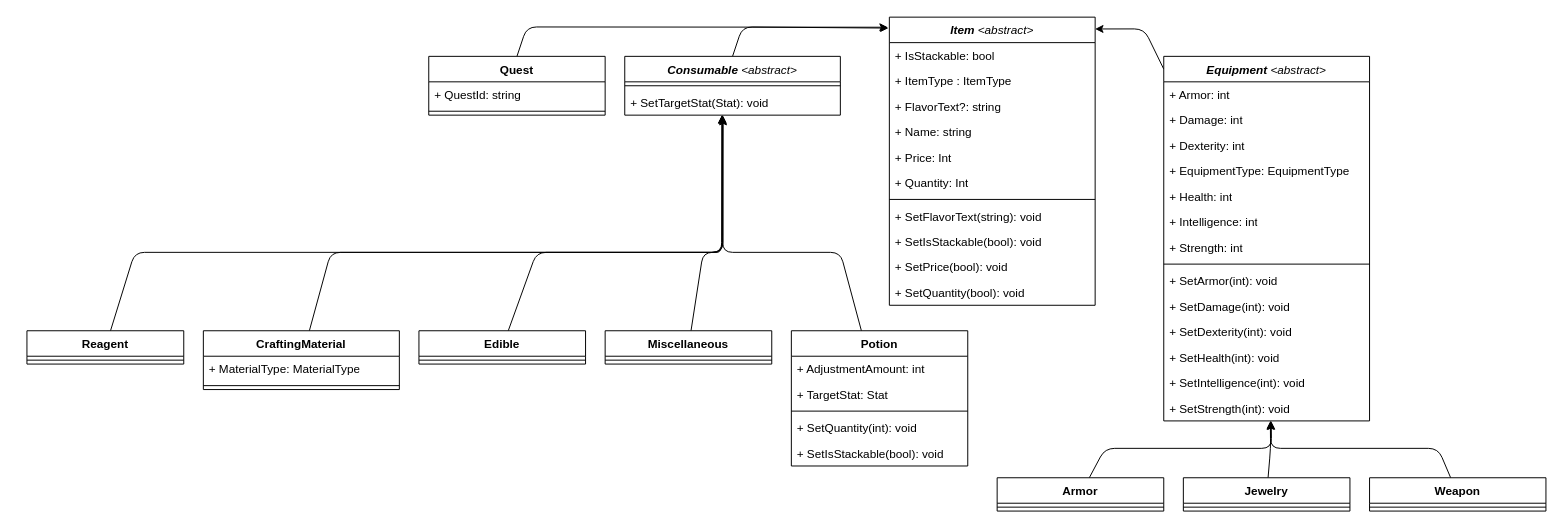
Before: docs/design/domain_models/items.drawio in scottfalbo/GameEngine, a draw.io diagram. Source tidied: cells renumbered, new cells numbered last; positions are measured from the earlier drawing's top-left corner, leaving out a move shared by most shapes. Both pictures are drawn from the tidied source at 98%, with x=0, y=0 at pixel (26, 17).
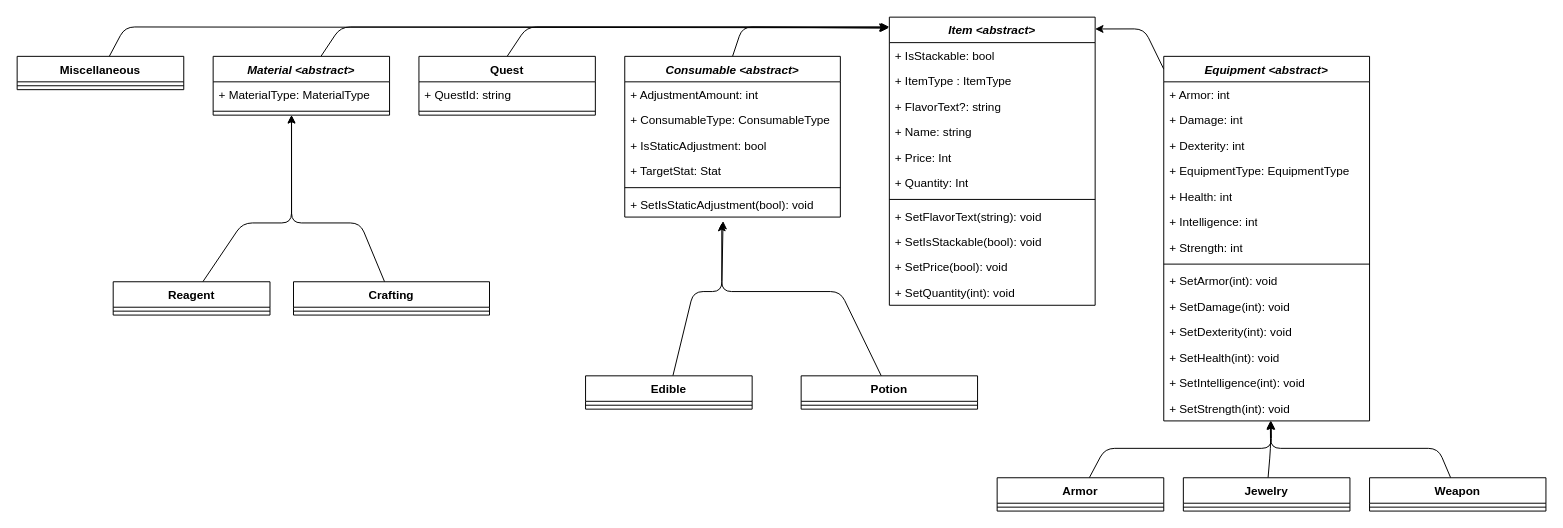
The same diagram, later.

Change to the diagram source:
```diff
@@
-    <mxCell id="2" value="&lt;i style=&quot;&quot;&gt;Item&lt;/i&gt;&lt;i style=&quot;font-weight: normal;&quot;&gt; &amp;lt;abstract&amp;gt;&lt;/i&gt;" style="swimlane;fontStyle=1;align=center;verticalAlign=top;horizontal=1;startSize=26;whiteSpace=wrap;html=1;" parent="1" vertex="1">
+    <mxCell id="2" value="&lt;i style=&quot;&quot;&gt;Item&lt;/i&gt;&lt;i style=&quot;&quot;&gt; &amp;lt;abstract&amp;gt;&lt;/i&gt;" style="swimlane;fontStyle=1;align=center;verticalAlign=top;horizontal=1;startSize=26;whiteSpace=wrap;html=1;" parent="1" vertex="1">
       <mxGeometry x="880" width="210" height="294" as="geometry" />
     </mxCell>
@@
-    <mxCell id="13" value="+ SetQuantity(bool): void" style="text;strokeColor=none;fillColor=none;align=left;verticalAlign=top;spacingLeft=4;spacingRight=4;overflow=hidden;whiteSpace=wrap;html=1;" parent="2" vertex="1">
+    <mxCell id="13" value="+ SetQuantity(int): void" style="text;strokeColor=none;fillColor=none;align=left;verticalAlign=top;spacingLeft=4;spacingRight=4;overflow=hidden;whiteSpace=wrap;html=1;" parent="2" vertex="1">
       <mxGeometry y="268" width="210" height="26" as="geometry" />
     </mxCell>
@@
-    <mxCell id="15" value="&lt;i&gt;Equipment &lt;span style=&quot;font-weight: normal;&quot;&gt;&amp;lt;abstract&amp;gt;&lt;/span&gt;&lt;/i&gt;" style="swimlane;fontStyle=1;align=center;verticalAlign=top;horizontal=1;startSize=26;whiteSpace=wrap;html=1;" parent="1" vertex="1">
+    <mxCell id="15" value="&lt;i&gt;Equipment &amp;lt;abstract&amp;gt;&lt;/i&gt;" style="swimlane;fontStyle=1;align=center;verticalAlign=top;horizontal=1;startSize=26;whiteSpace=wrap;html=1;" parent="1" vertex="1">
       <mxGeometry x="1160" y="40" width="210" height="372" as="geometry" />
     </mxCell>
@@
-    <mxCell id="37" value="&lt;i&gt;Consumable &lt;span style=&quot;font-weight: normal;&quot;&gt;&amp;lt;abstract&amp;gt;&lt;/span&gt;&lt;/i&gt;" style="swimlane;fontStyle=1;align=center;verticalAlign=top;horizontal=1;startSize=26;whiteSpace=wrap;html=1;" parent="1" vertex="1">
-      <mxGeometry x="610" y="40" width="220" height="60" as="geometry" />
+    <mxCell id="37" value="&lt;i&gt;Consumable &amp;lt;abstract&amp;gt;&lt;/i&gt;" style="swimlane;fontStyle=1;align=center;verticalAlign=top;horizontal=1;startSize=26;whiteSpace=wrap;html=1;" parent="1" vertex="1">
+      <mxGeometry x="610" y="40" width="220" height="164" as="geometry" />
     </mxCell>
+    <mxCell id="42" value="+ AdjustmentAmount: int" style="text;strokeColor=none;fillColor=none;align=left;verticalAlign=top;spacingLeft=4;spacingRight=4;overflow=hidden;" parent="37" vertex="1">
+      <mxGeometry y="26" width="220" height="26" as="geometry" />
+    </mxCell>
+    <mxCell id="67" value="+ ConsumableType: ConsumableType" style="text;strokeColor=none;fillColor=none;align=left;verticalAlign=top;spacingLeft=4;spacingRight=4;overflow=hidden;" parent="37" vertex="1">
+      <mxGeometry y="52" width="220" height="26" as="geometry" />
+    </mxCell>
+    <mxCell id="68" value="+ IsStaticAdjustment: bool" style="text;strokeColor=none;fillColor=none;align=left;verticalAlign=top;spacingLeft=4;spacingRight=4;overflow=hidden;" parent="37" vertex="1">
+      <mxGeometry y="78" width="220" height="26" as="geometry" />
+    </mxCell>
+    <mxCell id="43" value="+ TargetStat: Stat" style="text;strokeColor=none;fillColor=none;align=left;verticalAlign=top;spacingLeft=4;spacingRight=4;overflow=hidden;" parent="37" vertex="1">
+      <mxGeometry y="104" width="220" height="26" as="geometry" />
+    </mxCell>
     <mxCell id="38" style="line;strokeWidth=1;fillColor=none;align=left;verticalAlign=middle;spacingTop=-1;spacingLeft=3;spacingRight=3;labelPosition=right;strokeColor=inherit;" parent="37" vertex="1">
-      <mxGeometry y="26" width="220" height="8" as="geometry" />
+      <mxGeometry y="130" width="220" height="8" as="geometry" />
     </mxCell>
-    <mxCell id="39" value="+ SetTargetStat(Stat): void" style="text;strokeColor=none;fillColor=none;align=left;verticalAlign=top;spacingLeft=4;spacingRight=4;overflow=hidden;points=[[0,0.5],[1,0.5]];portConstraint=eastwest;" parent="37" vertex="1">
-      <mxGeometry y="34" width="220" height="26" as="geometry" />
+    <mxCell id="39" value="+ SetIsStaticAdjustment(bool): void" style="text;strokeColor=none;fillColor=none;align=left;verticalAlign=top;spacingLeft=4;spacingRight=4;overflow=hidden;points=[[0,0.5],[1,0.5]];portConstraint=eastwest;" parent="37" vertex="1">
+      <mxGeometry y="138" width="220" height="26" as="geometry" />
     </mxCell>
-    <mxCell id="40" style="edgeStyle=none;html=1;entryX=0.453;entryY=0.984;entryDx=0;entryDy=0;entryPerimeter=0;" parent="1" edge="1" source="41" target="39">
+    <mxCell id="40" style="edgeStyle=none;html=1;entryX=0.45;entryY=1.231;entryDx=0;entryDy=0;entryPerimeter=0;" parent="1" edge="1" source="41" target="39">
       <mxGeometry relative="1" as="geometry">
         <Array as="points">
-          <mxPoint x="830" y="240" />
-          <mxPoint x="710" y="240" />
+          <mxPoint x="830" y="280" />
+          <mxPoint x="709" y="280" />
         </Array>
       </mxGeometry>
     </mxCell>
     <mxCell id="41" value="Potion" style="swimlane;fontStyle=1;align=center;verticalAlign=top;horizontal=1;startSize=26;whiteSpace=wrap;html=1;" parent="1" vertex="1">
-      <mxGeometry x="780" y="320" width="180" height="138" as="geometry" />
+      <mxGeometry x="790" y="366" width="180" height="34" as="geometry" />
     </mxCell>
-    <mxCell id="42" value="+ AdjustmentAmount: int" style="text;strokeColor=none;fillColor=none;align=left;verticalAlign=top;spacingLeft=4;spacingRight=4;overflow=hidden;" parent="41" vertex="1">
-      <mxGeometry y="26" width="180" height="26" as="geometry" />
-    </mxCell>
-    <mxCell id="43" value="+ TargetStat: Stat" style="text;strokeColor=none;fillColor=none;align=left;verticalAlign=top;spacingLeft=4;spacingRight=4;overflow=hidden;" parent="41" vertex="1">
-      <mxGeometry y="52" width="180" height="26" as="geometry" />
-    </mxCell>
     <mxCell id="44" style="line;strokeWidth=1;fillColor=none;align=left;verticalAlign=middle;spacingTop=-1;spacingLeft=3;spacingRight=3;labelPosition=right;strokeColor=inherit;" parent="41" vertex="1">
-      <mxGeometry y="78" width="180" height="8" as="geometry" />
+      <mxGeometry y="26" width="180" height="8" as="geometry" />
     </mxCell>
-    <mxCell id="45" value="+ SetQuantity(int): void" style="text;strokeColor=none;fillColor=none;align=left;verticalAlign=top;spacingLeft=4;spacingRight=4;overflow=hidden;whiteSpace=wrap;html=1;" parent="41" vertex="1">
-      <mxGeometry y="86" width="180" height="26" as="geometry" />
-    </mxCell>
-    <mxCell id="46" value="+ SetIsStackable(bool): void" style="text;strokeColor=none;fillColor=none;align=left;verticalAlign=top;spacingLeft=4;spacingRight=4;overflow=hidden;whiteSpace=wrap;html=1;" parent="41" vertex="1">
-      <mxGeometry y="112" width="180" height="26" as="geometry" />
-    </mxCell>
@@
     <mxCell id="48" value="Quest" style="swimlane;fontStyle=1;align=center;verticalAlign=top;horizontal=1;startSize=26;whiteSpace=wrap;html=1;" parent="1" vertex="1">
-      <mxGeometry x="410" y="40" width="180" height="60" as="geometry" />
+      <mxGeometry x="400" y="40" width="180" height="60" as="geometry" />
     </mxCell>
@@
-    <mxCell id="51" style="edgeStyle=none;html=1;entryX=0.455;entryY=1.02;entryDx=0;entryDy=0;entryPerimeter=0;" parent="1" edge="1" source="52" target="39">
-      <mxGeometry relative="1" as="geometry">
-        <Array as="points">
-          <mxPoint x="310" y="240" />
-          <mxPoint x="710" y="240" />
-        </Array>
-      </mxGeometry>
-    </mxCell>
+    <mxCell id="69" style="edgeStyle=none;html=1;" parent="1" edge="1" source="52">
+      <mxGeometry relative="1" as="geometry">
+        <mxPoint x="270" y="100" as="targetPoint" />
+        <Array as="points">
+          <mxPoint x="340" y="210" />
+          <mxPoint x="270" y="210" />
+        </Array>
+      </mxGeometry>
+    </mxCell>
-    <mxCell id="52" value="CraftingMaterial" style="swimlane;fontStyle=1;align=center;verticalAlign=top;horizontal=1;startSize=26;whiteSpace=wrap;html=1;" parent="1" vertex="1">
-      <mxGeometry x="180" y="320" width="200" height="60" as="geometry" />
+    <mxCell id="52" value="Crafting" style="swimlane;fontStyle=1;align=center;verticalAlign=top;horizontal=1;startSize=26;whiteSpace=wrap;html=1;" parent="1" vertex="1">
+      <mxGeometry x="272" y="270" width="200" height="34" as="geometry" />
     </mxCell>
-    <mxCell id="53" value="+ MaterialType: MaterialType" style="text;strokeColor=none;fillColor=none;align=left;verticalAlign=top;spacingLeft=4;spacingRight=4;overflow=hidden;whiteSpace=wrap;html=1;" parent="52" vertex="1">
-      <mxGeometry y="26" width="200" height="26" as="geometry" />
-    </mxCell>
     <mxCell id="54" style="line;strokeWidth=1;fillColor=none;align=left;verticalAlign=middle;spacingTop=-1;spacingLeft=3;spacingRight=3;labelPosition=right;strokeColor=inherit;" parent="52" vertex="1">
-      <mxGeometry y="52" width="200" height="8" as="geometry" />
+      <mxGeometry y="26" width="200" height="8" as="geometry" />
     </mxCell>
-    <mxCell id="55" style="edgeStyle=none;html=1;entryX=0.451;entryY=1.002;entryDx=0;entryDy=0;entryPerimeter=0;" parent="1" edge="1" source="56" target="39">
+    <mxCell id="55" style="edgeStyle=none;html=1;entryX=0.456;entryY=1.155;entryDx=0;entryDy=0;entryPerimeter=0;" parent="1" edge="1" source="56" target="39">
       <mxGeometry relative="1" as="geometry">
         <Array as="points">
-          <mxPoint x="520" y="240" />
-          <mxPoint x="709" y="240" />
+          <mxPoint x="680" y="280" />
+          <mxPoint x="709" y="280" />
         </Array>
       </mxGeometry>
     </mxCell>
     <mxCell id="56" value="Edible" style="swimlane;fontStyle=1;align=center;verticalAlign=top;horizontal=1;startSize=26;whiteSpace=wrap;html=1;" parent="1" vertex="1">
-      <mxGeometry x="400" y="320" width="170" height="34" as="geometry" />
+      <mxGeometry x="570" y="366" width="170" height="34" as="geometry" />
     </mxCell>
@@
-    <mxCell id="58" style="edgeStyle=none;html=1;entryX=0.451;entryY=1.002;entryDx=0;entryDy=0;entryPerimeter=0;" parent="1" edge="1" source="59" target="39">
-      <mxGeometry relative="1" as="geometry">
-        <Array as="points">
-          <mxPoint x="690" y="240" />
-          <mxPoint x="709" y="240" />
-        </Array>
-      </mxGeometry>
-    </mxCell>
+    <mxCell id="70" style="edgeStyle=none;html=1;entryX=-0.008;entryY=0.037;entryDx=0;entryDy=0;entryPerimeter=0;" parent="1" edge="1" source="59" target="2">
+      <mxGeometry relative="1" as="geometry">
+        <Array as="points">
+          <mxPoint x="100" y="10" />
+        </Array>
+      </mxGeometry>
+    </mxCell>
     <mxCell id="59" value="Miscellaneous" style="swimlane;fontStyle=1;align=center;verticalAlign=top;horizontal=1;startSize=26;whiteSpace=wrap;html=1;" parent="1" vertex="1">
-      <mxGeometry x="590" y="320" width="170" height="34" as="geometry" />
+      <mxGeometry x="-10" y="40" width="170" height="34" as="geometry" />
     </mxCell>
@@
-    <mxCell id="64" style="edgeStyle=none;html=1;entryX=0.456;entryY=1.071;entryDx=0;entryDy=0;entryPerimeter=0;" parent="1" edge="1" source="65" target="39">
-      <mxGeometry relative="1" as="geometry">
-        <Array as="points">
-          <mxPoint x="110" y="240" />
-          <mxPoint x="710" y="240" />
-        </Array>
-      </mxGeometry>
-    </mxCell>
+    <mxCell id="71" style="edgeStyle=none;html=1;entryX=0.444;entryY=1;entryDx=0;entryDy=0;entryPerimeter=0;" parent="1" edge="1" source="65" target="74">
+      <mxGeometry relative="1" as="geometry">
+        <Array as="points">
+          <mxPoint x="220" y="210" />
+          <mxPoint x="270" y="210" />
+        </Array>
+      </mxGeometry>
+    </mxCell>
     <mxCell id="65" value="Reagent" style="swimlane;fontStyle=1;align=center;verticalAlign=top;horizontal=1;startSize=26;" parent="1" vertex="1">
-      <mxGeometry y="320" width="160" height="34" as="geometry" />
+      <mxGeometry x="88" y="270" width="160" height="34" as="geometry" />
     </mxCell>
@@
+    <mxCell id="72" style="edgeStyle=none;html=1;" parent="1" edge="1" source="73">
+      <mxGeometry relative="1" as="geometry">
+        <mxPoint x="880" y="10" as="targetPoint" />
+        <Array as="points">
+          <mxPoint x="320" y="10" />
+        </Array>
+      </mxGeometry>
+    </mxCell>
+    <mxCell id="73" value="Material &lt;abstract&gt;" style="swimlane;fontStyle=3;align=center;verticalAlign=top;horizontal=1;startSize=26;" parent="1" vertex="1">
+      <mxGeometry x="190" y="40" width="180" height="60" as="geometry" />
+    </mxCell>
+    <mxCell id="53" value="+ MaterialType: MaterialType" style="text;strokeColor=none;fillColor=none;align=left;verticalAlign=top;spacingLeft=4;spacingRight=4;overflow=hidden;" parent="73" vertex="1">
+      <mxGeometry y="26" width="180" height="26" as="geometry" />
+    </mxCell>
+    <mxCell id="74" style="line;strokeWidth=1;fillColor=none;align=left;verticalAlign=middle;spacingTop=-1;spacingLeft=3;spacingRight=3;labelPosition=right;points=[];portConstraint=eastwest;strokeColor=inherit;" parent="73" vertex="1">
+      <mxGeometry y="52" width="180" height="8" as="geometry" />
+    </mxCell>
```
